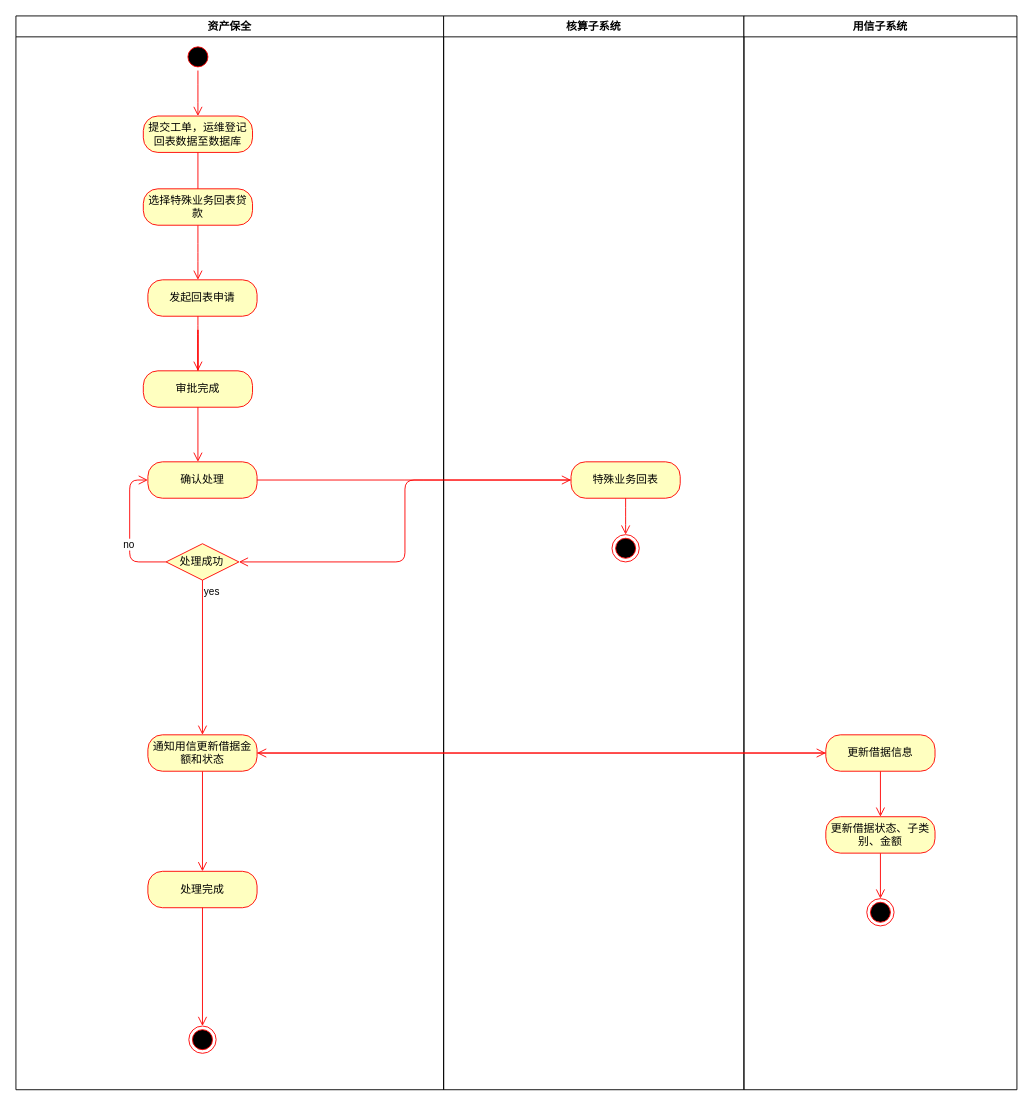
Above: page "特殊业务回表" (12 of 12) of 资产保全流程.drawio in MinDaHu/UML (draw.io), before the change. Source tidied: cells renumbered, new cells numbered last; positions are measured from the earlier drawing's top-left corner, leaving out a move shared by most shapes. Both pictures are drawn from the tidied source at 91%, with x=0, y=0 at pixel (15, 15).
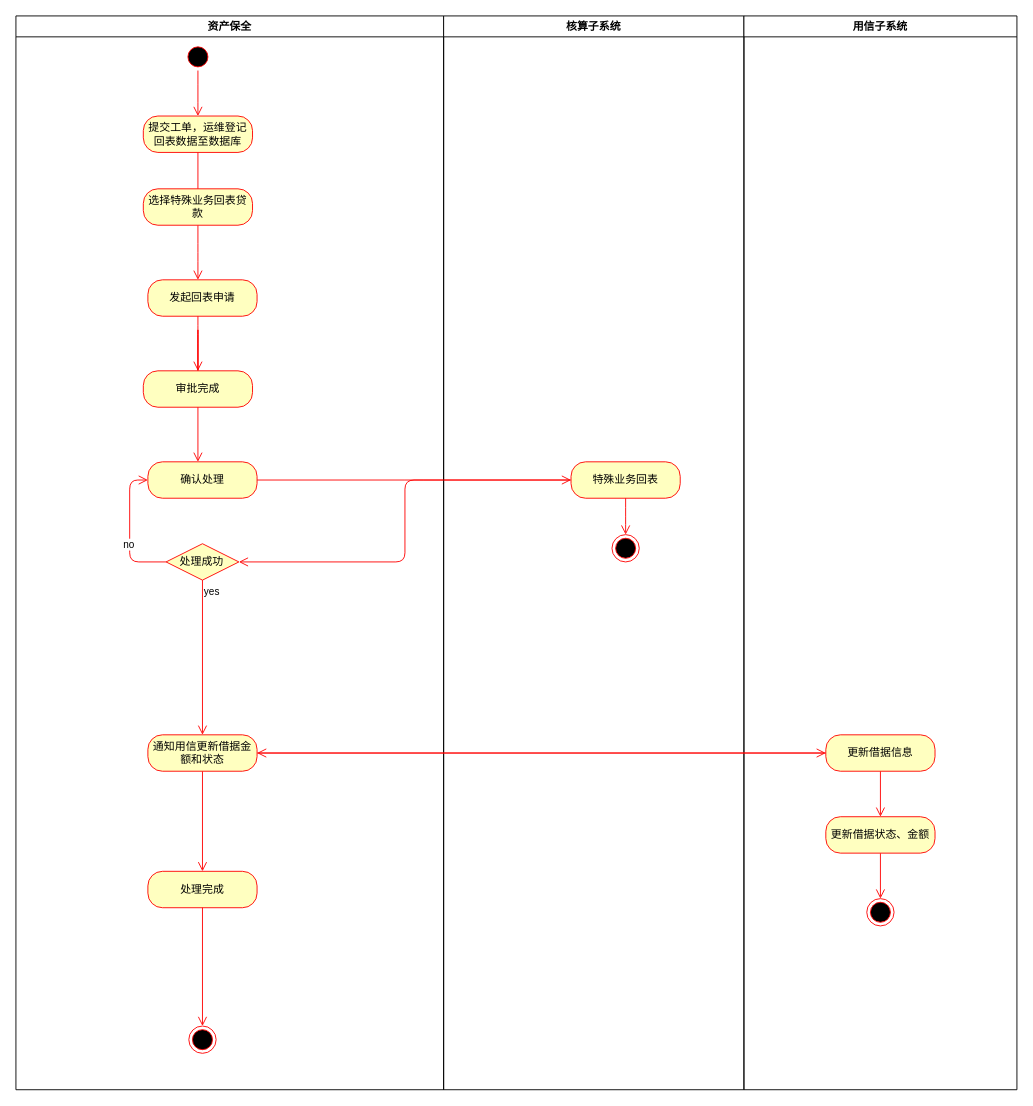
Above is the later version.

Unchanged cells that the change refers to:
```xml
<mxCell id="27" value="用信子系统" style="swimlane;align=center;" parent="1" vertex="1">
  <mxGeometry x="800" width="300" height="1180" as="geometry" />
</mxCell>
```

Change to the diagram source:
```diff
@@
-    <mxCell id="31" value="更新借据状态、子类别、金额" style="rounded=1;whiteSpace=wrap;html=1;arcSize=40;fontColor=#000000;fillColor=#ffffc0;strokeColor=#ff0000;align=center;" parent="27" vertex="1">
+    <mxCell id="31" value="更新借据状态、金额" style="rounded=1;whiteSpace=wrap;html=1;arcSize=40;fontColor=#000000;fillColor=#ffffc0;strokeColor=#ff0000;align=center;" parent="27" vertex="1">
       <mxGeometry x="90" y="880" width="120" height="40" as="geometry" />
     </mxCell>
```
